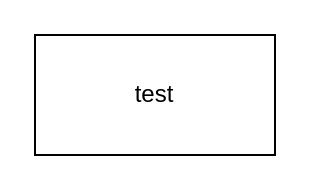
Earlier version of the draw.io diagram Womp Flow.drawio (MrMayo101/womp_flow). Source tidied: cells renumbered, new cells numbered last; positions are measured from the earlier drawing's top-left corner, leaving out a move shared by most shapes. Both pictures are drawn from the tidied source at 200%, with x=0, y=0 at pixel (34, 34).
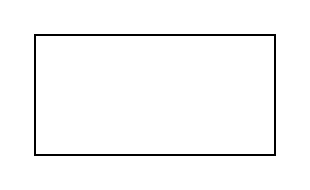
The same diagram, later.

The edit, as a diff of the source:
```diff
@@
 <mxGraphModel>
   <root>
     <mxCell id="0" />
     <mxCell id="1" parent="0" />
-    <mxCell id="2" value="test" style="rounded=0;whiteSpace=wrap;html=1;" parent="1" vertex="1">
+    <mxCell id="2" style="rounded=0;whiteSpace=wrap;html=1;" parent="1" vertex="1">
       <mxGeometry width="120" height="60" as="geometry" />
     </mxCell>
   </root>
 </mxGraphModel>
```
